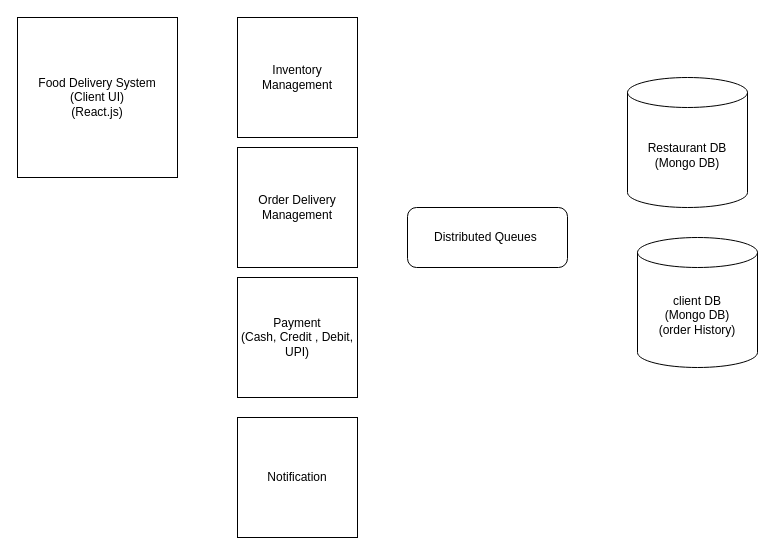
Before: Untitled Diagram.drawio in kirtiRamrakhyani/my-react-app, a draw.io diagram. Source tidied: cells renumbered, new cells numbered last; positions are measured from the earlier drawing's top-left corner, leaving out a move shared by most shapes. Both pictures are drawn from the tidied source at 100%, with x=0, y=0 at pixel (17, 17).
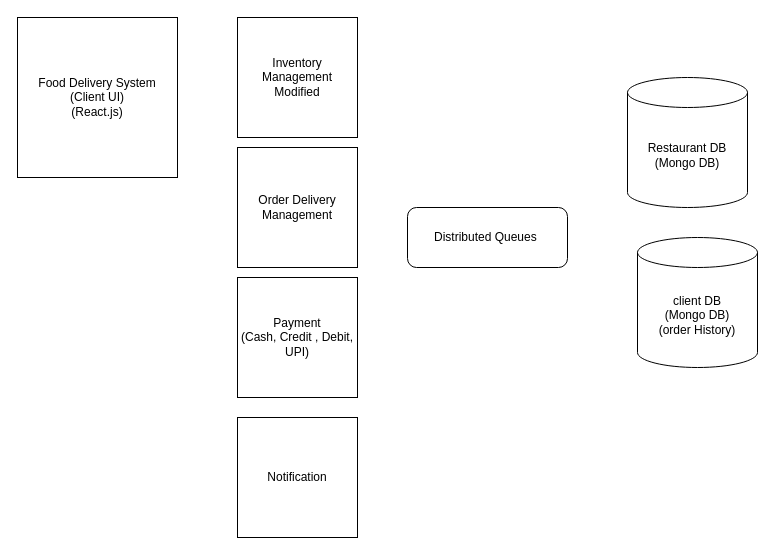
After the change.

The edit, as a diff of the source:
```diff
@@
 <mxGraphModel>
   <root>
     <mxCell id="0" />
     <mxCell id="1" parent="0" />
     <mxCell id="2" value="Food Delivery System&lt;br&gt;(Client UI)&lt;br&gt;(React.js)" style="whiteSpace=wrap;html=1;" parent="1" vertex="1">
       <mxGeometry width="160" height="160" as="geometry" />
     </mxCell>
     <mxCell id="3" value="Restaurant DB&lt;br&gt;(Mongo DB)" style="shape=cylinder3;whiteSpace=wrap;html=1;boundedLbl=1;backgroundOutline=1;size=15;" parent="1" vertex="1">
       <mxGeometry x="610" y="60" width="120" height="130" as="geometry" />
     </mxCell>
     <mxCell id="4" value="client DB&lt;br&gt;(Mongo DB)&lt;br&gt;(order History)" style="shape=cylinder3;whiteSpace=wrap;html=1;boundedLbl=1;backgroundOutline=1;size=15;" parent="1" vertex="1">
       <mxGeometry x="620" y="220" width="120" height="130" as="geometry" />
     </mxCell>
-    <mxCell id="5" value="Inventory Management" style="whiteSpace=wrap;html=1;" parent="1" vertex="1">
+    <mxCell id="5" value="Inventory Management&lt;br&gt;Modified" style="whiteSpace=wrap;html=1;" parent="1" vertex="1">
       <mxGeometry x="220" width="120" height="120" as="geometry" />
     </mxCell>
     <mxCell id="6" value="Order Delivery Management&lt;br&gt;" style="whiteSpace=wrap;html=1;" parent="1" vertex="1">
       <mxGeometry x="220" y="130" width="120" height="120" as="geometry" />
     </mxCell>
     <mxCell id="7" value="Payment&lt;br&gt;(Cash, Credit , Debit, UPI)" style="whiteSpace=wrap;html=1;" parent="1" vertex="1">
       <mxGeometry x="220" y="260" width="120" height="120" as="geometry" />
     </mxCell>
     <mxCell id="8" value="Notification" style="whiteSpace=wrap;html=1;" parent="1" vertex="1">
       <mxGeometry x="220" y="400" width="120" height="120" as="geometry" />
     </mxCell>
     <mxCell id="9" value="Distributed Queues&amp;nbsp;" style="rounded=1;whiteSpace=wrap;html=1;" parent="1" vertex="1">
       <mxGeometry x="390" y="190" width="160" height="60" as="geometry" />
     </mxCell>
   </root>
 </mxGraphModel>
```
